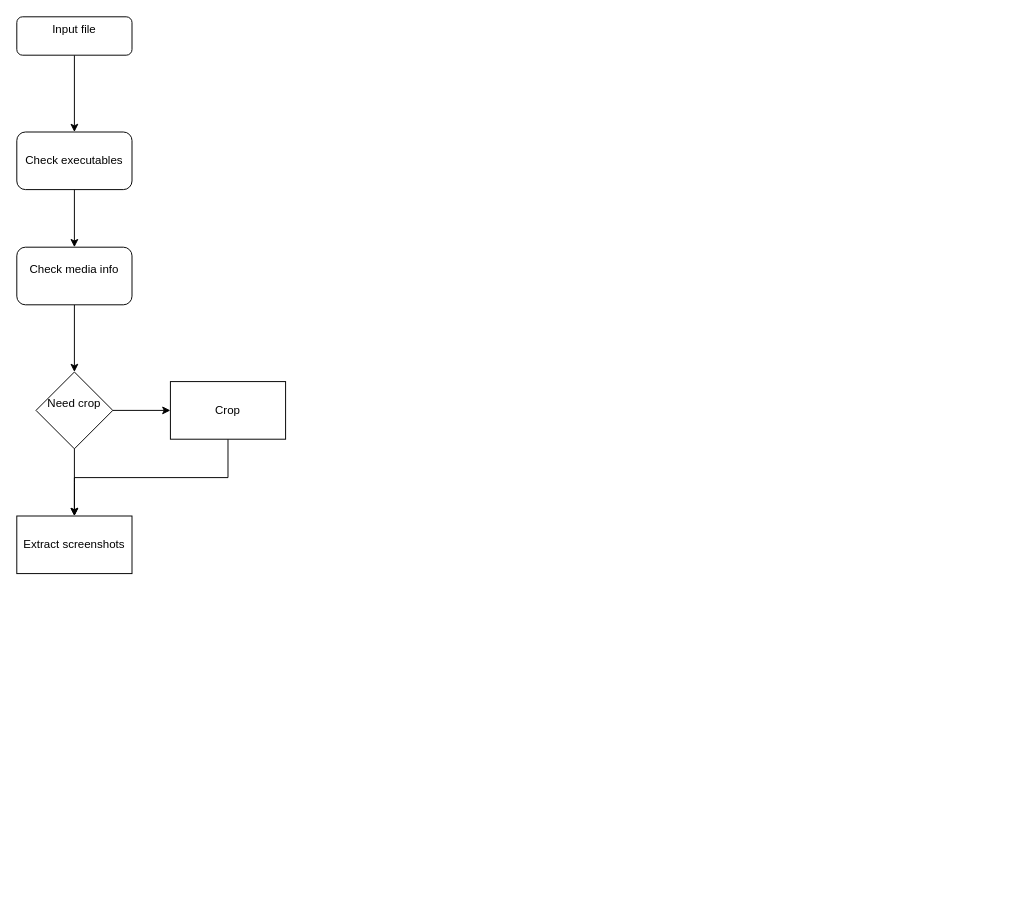
The draw.io diagram flowchart.drawio in master-of-zen/autoencoder, before the edit. Source tidied: cells renumbered, new cells numbered last; positions are measured from the earlier drawing's top-left corner, leaving out a move shared by most shapes. Both pictures are drawn from the tidied source at 96%, with x=0, y=0 at pixel (16, 16).
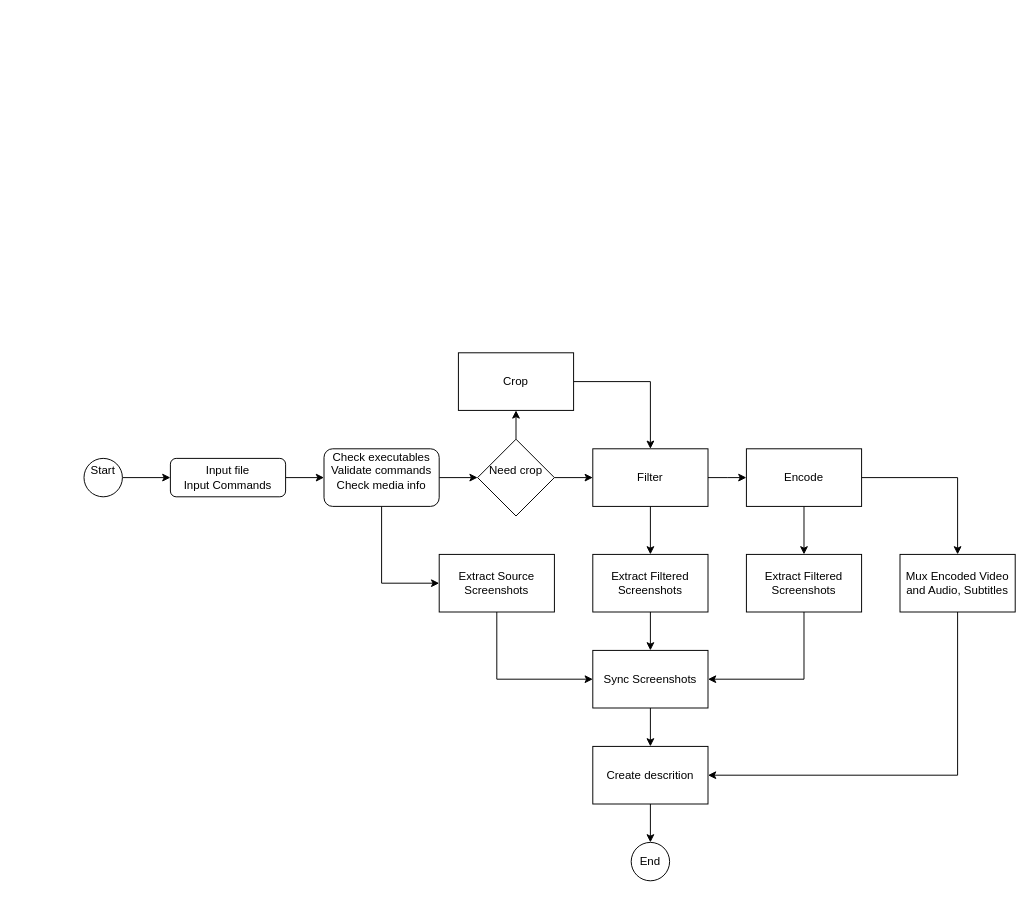
Above is the later version.

Change to the diagram source:
```diff
@@
-    <mxCell id="2" style="edgeStyle=orthogonalEdgeStyle;rounded=0;jettySize=auto;html=1;entryX=0.5;entryY=0;entryDx=0;entryDy=0;strokeColor=#000000;" parent="1" edge="1" source="3" target="10">
-      <mxGeometry relative="1" as="geometry" />
+    <mxCell id="2" style="edgeStyle=orthogonalEdgeStyle;rounded=0;jettySize=auto;html=1;strokeColor=#000000;" parent="1" edge="1" source="3">
+      <mxGeometry relative="1" as="geometry">
+        <mxPoint x="320" y="480" as="targetPoint" />
+        <Array as="points">
+          <mxPoint x="320" y="480" />
+        </Array>
+      </mxGeometry>
     </mxCell>
-    <mxCell id="3" value="&lt;div&gt;Input file&lt;/div&gt;&lt;div&gt;&lt;br&gt;&lt;/div&gt;" style="rounded=1;whiteSpace=wrap;html=1;fontSize=12;glass=0;strokeWidth=1;shadow=0;" parent="1" vertex="1">
-      <mxGeometry width="120" height="40" as="geometry" />
+    <mxCell id="3" value="&lt;div&gt;Input file&lt;/div&gt;&lt;div&gt;Input Commands&lt;br&gt;&lt;/div&gt;" style="rounded=1;whiteSpace=wrap;html=1;fontSize=12;glass=0;strokeWidth=1;shadow=0;" parent="1" vertex="1">
+      <mxGeometry x="160" y="460" width="120" height="40" as="geometry" />
     </mxCell>
-    <mxCell id="4" style="edgeStyle=orthogonalEdgeStyle;rounded=0;jettySize=auto;html=1;entryX=0.5;entryY=0;entryDx=0;entryDy=0;strokeColor=#000000;entryPerimeter=0;" parent="1" edge="1" source="5" target="8">
+    <mxCell id="4" style="edgeStyle=orthogonalEdgeStyle;rounded=0;jettySize=auto;html=1;entryX=0;entryY=0.5;entryDx=0;entryDy=0;strokeColor=#000000;exitX=1;exitY=0.5;exitDx=0;exitDy=0;" parent="1" edge="1" source="10" target="8">
       <mxGeometry relative="1" as="geometry" />
     </mxCell>
-    <mxCell id="5" value="&lt;div&gt;Check media info&lt;/div&gt;&lt;div&gt;&lt;br&gt;&lt;/div&gt;" style="rounded=1;whiteSpace=wrap;html=1;" parent="1" vertex="1">
-      <mxGeometry y="240" width="120" height="60" as="geometry" />
-    </mxCell>
-    <mxCell id="6" style="edgeStyle=orthogonalEdgeStyle;rounded=0;jettySize=auto;html=1;exitX=1;exitY=0.5;exitDx=0;exitDy=0;entryX=0;entryY=0.5;entryDx=0;entryDy=0;strokeColor=#000000;" parent="1" edge="1" source="8" target="12">
+    <mxCell id="6" style="edgeStyle=orthogonalEdgeStyle;rounded=0;jettySize=auto;html=1;exitX=0.5;exitY=0;exitDx=0;exitDy=0;entryX=0.5;entryY=1;entryDx=0;entryDy=0;" parent="1" edge="1" source="8" target="12">
       <mxGeometry relative="1" as="geometry" />
     </mxCell>
-    <mxCell id="7" style="edgeStyle=orthogonalEdgeStyle;rounded=0;jettySize=auto;html=1;strokeColor=#000000;" parent="1" edge="1" source="8">
-      <mxGeometry relative="1" as="geometry">
-        <mxPoint x="60" y="520" as="targetPoint" />
-      </mxGeometry>
-    </mxCell>
+    <mxCell id="14" style="edgeStyle=orthogonalEdgeStyle;rounded=0;jettySize=auto;html=1;entryX=0;entryY=0.5;entryDx=0;entryDy=0;exitX=0.5;exitY=1;exitDx=0;exitDy=0;" parent="1" edge="1" source="10" target="13">
+      <mxGeometry relative="1" as="geometry" />
+    </mxCell>
+    <mxCell id="15" style="edgeStyle=orthogonalEdgeStyle;rounded=0;jettySize=auto;html=1;" parent="1" edge="1" source="8" target="20">
+      <mxGeometry relative="1" as="geometry" />
+    </mxCell>
     <mxCell id="8" value="&lt;div&gt;Need crop&lt;/div&gt;&lt;div&gt;&lt;br&gt;&lt;/div&gt;" style="rhombus;whiteSpace=wrap;html=1;" parent="1" vertex="1">
-      <mxGeometry x="20" y="370" width="80" height="80" as="geometry" />
+      <mxGeometry x="480" y="440" width="80" height="80" as="geometry" />
     </mxCell>
-    <mxCell id="9" style="edgeStyle=orthogonalEdgeStyle;rounded=0;jettySize=auto;html=1;strokeColor=#000000;" parent="1" edge="1" source="10" target="5">
-      <mxGeometry relative="1" as="geometry" />
-    </mxCell>
-    <mxCell id="10" value="&lt;div&gt;Check executables&lt;/div&gt;" style="rounded=1;whiteSpace=wrap;html=1;" parent="1" vertex="1">
-      <mxGeometry y="120" width="120" height="60" as="geometry" />
+    <mxCell id="10" value="&lt;div&gt;Check executables&lt;/div&gt;&lt;div&gt;Validate commands&lt;/div&gt;&lt;div&gt;&lt;div&gt;Check media info&lt;br&gt;&lt;br&gt;&lt;/div&gt;&lt;/div&gt;" style="rounded=1;whiteSpace=wrap;html=1;" parent="1" vertex="1">
+      <mxGeometry x="320" y="450" width="120" height="60" as="geometry" />
     </mxCell>
-    <mxCell id="11" style="edgeStyle=orthogonalEdgeStyle;rounded=0;jettySize=auto;html=1;entryX=0.5;entryY=0;entryDx=0;entryDy=0;strokeColor=#000000;" parent="1" edge="1" source="12" target="13">
-      <mxGeometry relative="1" as="geometry">
-        <Array as="points">
-          <mxPoint x="220" y="480" />
-          <mxPoint x="60" y="480" />
-        </Array>
-      </mxGeometry>
-    </mxCell>
+    <mxCell id="16" style="edgeStyle=orthogonalEdgeStyle;rounded=0;jettySize=auto;html=1;entryX=0.5;entryY=0;entryDx=0;entryDy=0;" parent="1" edge="1" source="12" target="20">
+      <mxGeometry relative="1" as="geometry" />
+    </mxCell>
     <mxCell id="12" value="&lt;div&gt;Crop&lt;/div&gt;" style="rounded=0;whiteSpace=wrap;html=1;" parent="1" vertex="1">
-      <mxGeometry x="160" y="380" width="120" height="60" as="geometry" />
+      <mxGeometry x="460" y="350" width="120" height="60" as="geometry" />
     </mxCell>
+    <mxCell id="17" style="edgeStyle=orthogonalEdgeStyle;rounded=0;jettySize=auto;html=1;entryX=0;entryY=0.5;entryDx=0;entryDy=0;exitX=0.5;exitY=1;exitDx=0;exitDy=0;" parent="1" edge="1" source="13" target="33">
+      <mxGeometry relative="1" as="geometry" />
+    </mxCell>
-    <mxCell id="13" value="&lt;div&gt;Extract screenshots&lt;/div&gt;" style="rounded=0;whiteSpace=wrap;html=1;" parent="1" vertex="1">
-      <mxGeometry y="520" width="120" height="60" as="geometry" />
+    <mxCell id="13" value="&lt;div&gt;Extract Source&lt;/div&gt;&lt;div&gt;Screenshots&lt;/div&gt;" style="rounded=0;whiteSpace=wrap;html=1;" parent="1" vertex="1">
+      <mxGeometry x="440" y="560" width="120" height="60" as="geometry" />
     </mxCell>
+    <mxCell id="18" style="edgeStyle=orthogonalEdgeStyle;rounded=0;jettySize=auto;html=1;entryX=0.5;entryY=0;entryDx=0;entryDy=0;" parent="1" edge="1" source="20" target="22">
+      <mxGeometry relative="1" as="geometry" />
+    </mxCell>
+    <mxCell id="19" style="edgeStyle=orthogonalEdgeStyle;rounded=0;jettySize=auto;html=1;" parent="1" edge="1" source="20">
+      <mxGeometry relative="1" as="geometry">
+        <mxPoint x="760" y="480" as="targetPoint" />
+      </mxGeometry>
+    </mxCell>
+    <mxCell id="20" value="&lt;div&gt;Filter&lt;/div&gt;" style="rounded=0;whiteSpace=wrap;html=1;" parent="1" vertex="1">
+      <mxGeometry x="600" y="450" width="120" height="60" as="geometry" />
+    </mxCell>
+    <mxCell id="21" style="edgeStyle=orthogonalEdgeStyle;rounded=0;jettySize=auto;html=1;entryX=0.5;entryY=0;entryDx=0;entryDy=0;" parent="1" edge="1" source="22" target="33">
+      <mxGeometry relative="1" as="geometry" />
+    </mxCell>
+    <mxCell id="22" value="&lt;div&gt;Extract Filtered&lt;br&gt;&lt;/div&gt;&lt;div&gt;Screenshots&lt;/div&gt;" style="rounded=0;whiteSpace=wrap;html=1;" parent="1" vertex="1">
+      <mxGeometry x="600" y="560" width="120" height="60" as="geometry" />
+    </mxCell>
+    <mxCell id="23" style="edgeStyle=orthogonalEdgeStyle;rounded=0;jettySize=auto;html=1;entryX=0.5;entryY=0;entryDx=0;entryDy=0;" parent="1" edge="1" source="25" target="27">
+      <mxGeometry relative="1" as="geometry" />
+    </mxCell>
+    <mxCell id="24" style="edgeStyle=orthogonalEdgeStyle;rounded=0;jettySize=auto;html=1;entryX=0.5;entryY=0;entryDx=0;entryDy=0;" parent="1" edge="1" source="25" target="29">
+      <mxGeometry relative="1" as="geometry" />
+    </mxCell>
+    <mxCell id="25" value="&lt;div&gt;Encode&lt;/div&gt;" style="rounded=0;whiteSpace=wrap;html=1;" parent="1" vertex="1">
+      <mxGeometry x="760" y="450" width="120" height="60" as="geometry" />
+    </mxCell>
+    <mxCell id="26" style="edgeStyle=orthogonalEdgeStyle;rounded=0;jettySize=auto;html=1;entryX=1;entryY=0.5;entryDx=0;entryDy=0;exitX=0.5;exitY=1;exitDx=0;exitDy=0;" parent="1" edge="1" source="27" target="33">
+      <mxGeometry relative="1" as="geometry" />
+    </mxCell>
+    <mxCell id="27" value="&lt;div&gt;Extract Filtered&lt;br&gt;&lt;/div&gt;&lt;div&gt;Screenshots&lt;/div&gt;" style="rounded=0;whiteSpace=wrap;html=1;" parent="1" vertex="1">
+      <mxGeometry x="760" y="560" width="120" height="60" as="geometry" />
+    </mxCell>
+    <mxCell id="28" style="edgeStyle=orthogonalEdgeStyle;rounded=0;jettySize=auto;html=1;entryX=1;entryY=0.5;entryDx=0;entryDy=0;" parent="1" edge="1" source="29" target="31">
+      <mxGeometry relative="1" as="geometry">
+        <Array as="points">
+          <mxPoint x="980" y="790" />
+        </Array>
+      </mxGeometry>
+    </mxCell>
+    <mxCell id="29" value="&lt;div&gt;Mux Encoded Video and Audio, Subtitles&lt;br&gt;&lt;/div&gt;" style="rounded=0;whiteSpace=wrap;html=1;" parent="1" vertex="1">
+      <mxGeometry x="920" y="560" width="120" height="60" as="geometry" />
+    </mxCell>
+    <mxCell id="30" style="edgeStyle=orthogonalEdgeStyle;rounded=0;jettySize=auto;html=1;entryX=0.5;entryY=0;entryDx=0;entryDy=0;" parent="1" edge="1" source="31" target="36">
+      <mxGeometry relative="1" as="geometry" />
+    </mxCell>
+    <mxCell id="31" value="Create descrition" style="rounded=0;whiteSpace=wrap;html=1;" parent="1" vertex="1">
+      <mxGeometry x="600" y="760" width="120" height="60" as="geometry" />
+    </mxCell>
+    <mxCell id="32" style="edgeStyle=orthogonalEdgeStyle;rounded=0;jettySize=auto;html=1;entryX=0.5;entryY=0;entryDx=0;entryDy=0;" parent="1" edge="1" source="33" target="31">
+      <mxGeometry relative="1" as="geometry" />
+    </mxCell>
+    <mxCell id="33" value="Sync Screenshots" style="rounded=0;whiteSpace=wrap;html=1;" parent="1" vertex="1">
+      <mxGeometry x="600" y="660" width="120" height="60" as="geometry" />
+    </mxCell>
+    <mxCell id="34" style="edgeStyle=orthogonalEdgeStyle;rounded=0;jettySize=auto;html=1;entryX=0;entryY=0.5;entryDx=0;entryDy=0;" parent="1" edge="1" source="35" target="3">
+      <mxGeometry relative="1" as="geometry" />
+    </mxCell>
+    <mxCell id="35" value="&lt;div&gt;Start&lt;/div&gt;&lt;div&gt;&lt;br&gt;&lt;/div&gt;" style="ellipse;whiteSpace=wrap;html=1;" parent="1" vertex="1">
+      <mxGeometry x="70" y="460" width="40" height="40" as="geometry" />
+    </mxCell>
+    <mxCell id="36" value="End" style="ellipse;whiteSpace=wrap;html=1;" parent="1" vertex="1">
+      <mxGeometry x="640" y="860" width="40" height="40" as="geometry" />
+    </mxCell>
```
